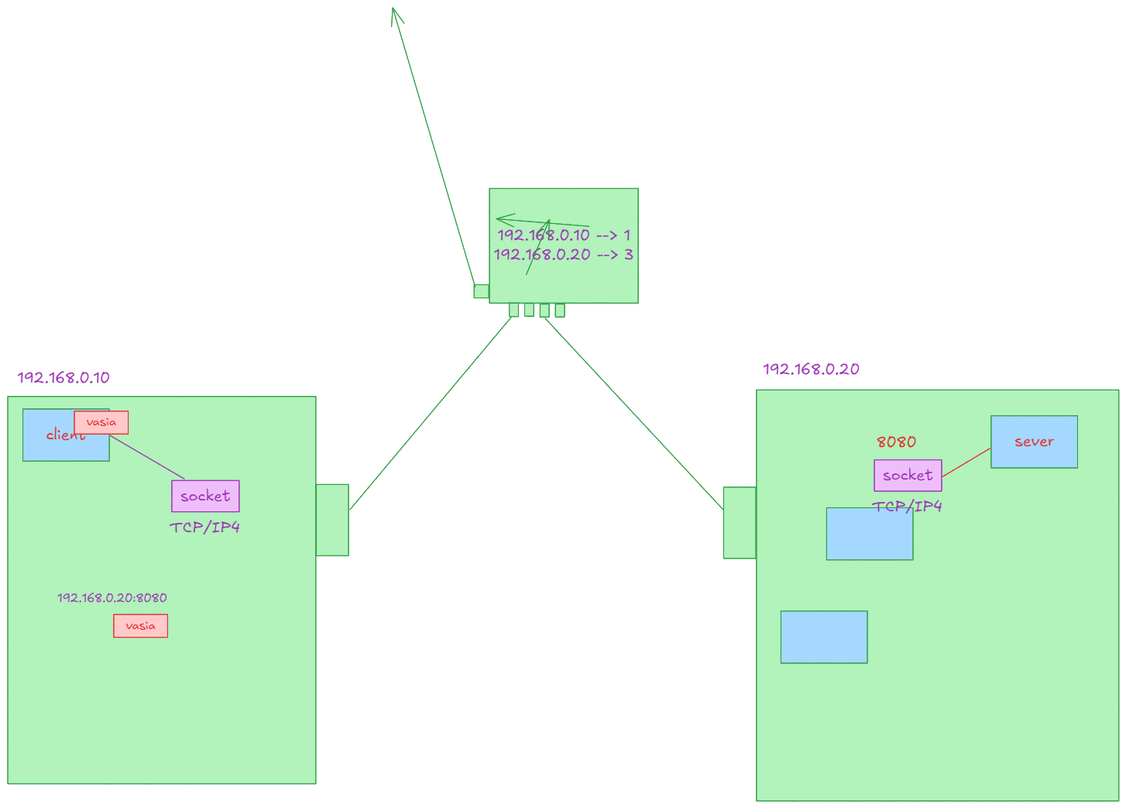
This is img/1_socket.excalidraw.png from silvercodes/p32_p34_np, a Excalidraw export, as it was before one commit. Source tidied: one line per element, renumbered; positions are measured from the earlier drawing's top-left corner, leaving out a move shared by most shapes.
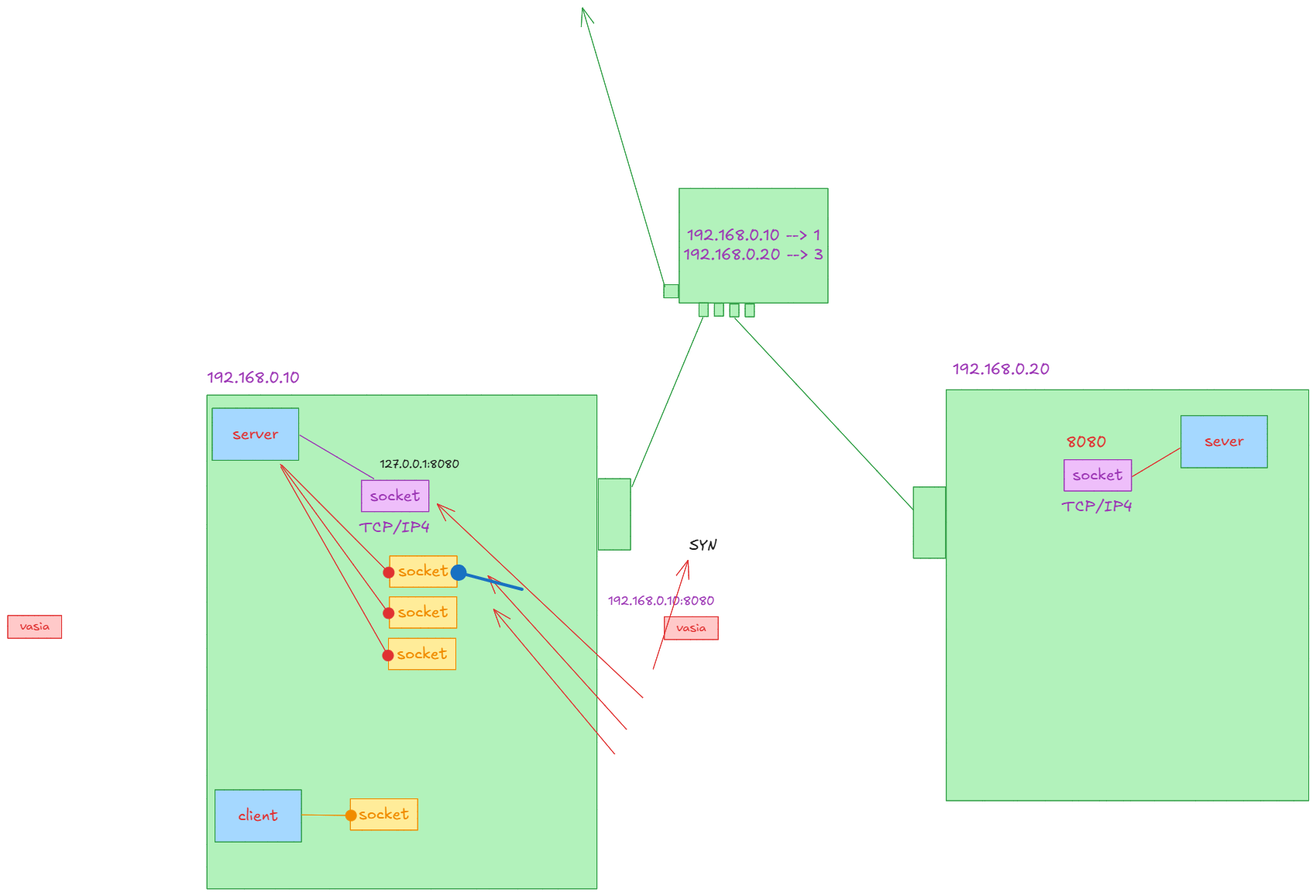
Later version of the same file.

Commit message:
add: tcp socket

Diff of the diagram source:
```diff
@@ -1,8 +1,8 @@
-{"id": 0, "type": "rectangle", "strokeColor": "#2f9e44", "backgroundColor": "#b2f2bb", "fillStyle": "solid", "strokeWidth": 1, "roughness": 0, "x": 0, "y": 502, "width": 398, "height": 500}
+{"id": 0, "type": "rectangle", "strokeColor": "#2f9e44", "backgroundColor": "#b2f2bb", "fillStyle": "solid", "strokeWidth": 1, "roughness": 0, "x": 12, "y": 500, "width": 503, "height": 638}
 {"id": 1, "type": "rectangle", "strokeColor": "#2f9e44", "backgroundColor": "#b2f2bb", "fillStyle": "solid", "strokeWidth": 1, "roughness": 0, "x": 967, "y": 493, "width": 468, "height": 531}
 {"id": 2, "type": "rectangle", "strokeColor": "#2f9e44", "backgroundColor": "#b2f2bb", "fillStyle": "solid", "strokeWidth": 1, "roughness": 0, "x": 622, "y": 233, "width": 192, "height": 148}
 {"id": 3, "type": "text", "text": "192.168.0.10 --> 1\n192.168.0.20 --> 3", "strokeColor": "#9c36b5", "backgroundColor": "#eebefa", "fillStyle": "solid", "strokeWidth": 1, "roughness": 0, "fontSize": 20, "fontFamily": 5, "textAlign": "center", "verticalAlign": "middle", "inside": 2, "x": 628, "y": 282, "width": 181, "height": 50}
-{"id": 4, "type": "rectangle", "strokeColor": "#2f9e44", "backgroundColor": "#b2f2bb", "fillStyle": "solid", "strokeWidth": 1, "roughness": 0, "x": 398, "y": 615, "width": 42, "height": 92}
+{"id": 4, "type": "rectangle", "strokeColor": "#2f9e44", "backgroundColor": "#b2f2bb", "fillStyle": "solid", "strokeWidth": 1, "roughness": 0, "x": 518, "y": 608, "width": 42, "height": 92}
 {"id": 5, "type": "rectangle", "strokeColor": "#2f9e44", "backgroundColor": "#b2f2bb", "fillStyle": "solid", "strokeWidth": 1, "roughness": 0, "x": 924, "y": 619, "width": 42, "height": 92}
 {"id": 6, "type": "rectangle", "strokeColor": "#2f9e44", "backgroundColor": "#b2f2bb", "fillStyle": "solid", "strokeWidth": 1, "roughness": 0, "x": 648, "y": 381, "width": 12, "height": 17}
 {"id": 7, "type": "rectangle", "strokeColor": "#2f9e44", "backgroundColor": "#b2f2bb", "fillStyle": "solid", "strokeWidth": 1, "roughness": 0, "x": 667, "y": 382, "width": 12, "height": 17}
@@ -10,25 +10,40 @@
 {"id": 9, "type": "rectangle", "strokeColor": "#2f9e44", "backgroundColor": "#b2f2bb", "fillStyle": "solid", "strokeWidth": 1, "roughness": 0, "x": 707, "y": 383, "width": 12, "height": 17}
 {"id": 10, "type": "rectangle", "strokeColor": "#2f9e44", "backgroundColor": "#b2f2bb", "fillStyle": "solid", "strokeWidth": 1, "roughness": 0, "x": 602, "y": 358, "width": 19, "height": 17}
 {"id": 11, "type": "arrow", "strokeColor": "#2f9e44", "backgroundColor": "#b2f2bb", "fillStyle": "solid", "strokeWidth": 1, "roughness": 0, "endArrowhead": "arrow", "round": true, "from": 10, "x": 604, "y": 361, "width": 107, "height": 361, "points": [[0, 0], [-107, -361]]}
-{"id": 12, "type": "arrow", "strokeColor": "#2f9e44", "backgroundColor": "#b2f2bb", "fillStyle": "solid", "strokeWidth": 1, "roughness": 0, "round": true, "from": 4, "to": 6, "x": 442, "y": 648, "width": 209, "height": 250, "points": [[0, 0], [209, -250]]}
+{"id": 12, "type": "arrow", "strokeColor": "#2f9e44", "backgroundColor": "#b2f2bb", "fillStyle": "solid", "strokeWidth": 1, "roughness": 0, "round": true, "from": 4, "to": 6, "x": 561, "y": 618, "width": 92, "height": 219, "points": [[0, 0], [92, -219]]}
 {"id": 13, "type": "arrow", "strokeColor": "#2f9e44", "backgroundColor": "#b2f2bb", "fillStyle": "solid", "strokeWidth": 1, "roughness": 0, "round": true, "from": 5, "to": 9, "x": 924, "y": 648, "width": 230, "height": 247, "points": [[0, 0], [-230, -247]]}
-{"id": 14, "type": "rectangle", "strokeColor": "#2f9e44", "backgroundColor": "#a5d8ff", "fillStyle": "solid", "strokeWidth": 1, "roughness": 0, "x": 20, "y": 518, "width": 112, "height": 67}
-{"id": 15, "type": "text", "text": "client", "strokeColor": "#e03131", "backgroundColor": "#ffc9c9", "fillStyle": "solid", "strokeWidth": 1, "roughness": 0, "fontSize": 20, "fontFamily": 5, "textAlign": "center", "verticalAlign": "middle", "inside": 14, "x": 49, "y": 539, "width": 52, "height": 25}
+{"id": 34, "type": "rectangle", "strokeColor": "#2f9e44", "backgroundColor": "#a5d8ff", "fillStyle": "solid", "strokeWidth": 1, "roughness": 0, "x": 19, "y": 517, "width": 112, "height": 67}
+{"id": 35, "type": "text", "text": "server", "strokeColor": "#e03131", "backgroundColor": "#ffc9c9", "fillStyle": "solid", "strokeWidth": 1, "roughness": 0, "fontSize": 20, "fontFamily": 5, "textAlign": "center", "verticalAlign": "middle", "inside": 34, "x": 45, "y": 538, "width": 59, "height": 25}
 {"id": 16, "type": "rectangle", "strokeColor": "#2f9e44", "backgroundColor": "#a5d8ff", "fillStyle": "solid", "strokeWidth": 1, "roughness": 0, "x": 1270, "y": 527, "width": 112, "height": 67}
 {"id": 17, "type": "text", "text": "sever", "strokeColor": "#e03131", "backgroundColor": "#ffc9c9", "fillStyle": "solid", "strokeWidth": 1, "roughness": 0, "fontSize": 20, "fontFamily": 5, "textAlign": "center", "verticalAlign": "middle", "inside": 16, "x": 1300, "y": 548, "width": 51, "height": 25}
-{"id": 18, "type": "rectangle", "strokeColor": "#9c36b5", "backgroundColor": "#eebefa", "fillStyle": "solid", "strokeWidth": 1, "roughness": 0, "x": 212, "y": 610, "width": 87, "height": 40}
-{"id": 19, "type": "text", "text": "socket", "strokeColor": "#9c36b5", "backgroundColor": "#eebefa", "fillStyle": "solid", "strokeWidth": 1, "roughness": 0, "fontSize": 20, "fontFamily": 5, "textAlign": "center", "verticalAlign": "middle", "inside": 18, "x": 223, "y": 618, "width": 65, "height": 25}
+{"id": 36, "type": "rectangle", "strokeColor": "#9c36b5", "backgroundColor": "#eebefa", "fillStyle": "solid", "strokeWidth": 1, "roughness": 0, "x": 212, "y": 610, "width": 87, "height": 40}
+{"id": 37, "type": "text", "text": "socket", "strokeColor": "#9c36b5", "backgroundColor": "#eebefa", "fillStyle": "solid", "strokeWidth": 1, "roughness": 0, "fontSize": 20, "fontFamily": 5, "textAlign": "center", "verticalAlign": "middle", "inside": 36, "x": 223, "y": 618, "width": 65, "height": 25}
-{"id": 20, "type": "arrow", "strokeColor": "#9c36b5", "backgroundColor": "#eebefa", "fillStyle": "solid", "strokeWidth": 1, "roughness": 0, "round": true, "from": 14, "to": 18, "x": 132, "y": 552, "width": 96, "height": 56, "points": [[0, 0], [96, 56]]}
+{"id": 20, "type": "arrow", "strokeColor": "#9c36b5", "backgroundColor": "#eebefa", "fillStyle": "solid", "strokeWidth": 1, "roughness": 0, "round": true, "from": 34, "to": 36, "x": 132, "y": 552, "width": 96, "height": 56, "points": [[0, 0], [96, 56]]}
 {"id": 21, "type": "text", "text": "TCP/IP4", "strokeColor": "#9c36b5", "backgroundColor": "#eebefa", "fillStyle": "solid", "strokeWidth": 1, "roughness": 0, "fontSize": 20, "fontFamily": 5, "x": 209, "y": 659, "width": 91, "height": 25}
 {"id": 22, "type": "text", "text": "192.168.0.10", "strokeColor": "#9c36b5", "backgroundColor": "#eebefa", "fillStyle": "solid", "strokeWidth": 1, "roughness": 0, "fontSize": 20, "fontFamily": 5, "x": 12, "y": 466, "width": 120, "height": 25}
 {"id": 23, "type": "text", "text": "192.168.0.20", "strokeColor": "#9c36b5", "backgroundColor": "#eebefa", "fillStyle": "solid", "strokeWidth": 1, "roughness": 0, "fontSize": 20, "fontFamily": 5, "x": 975, "y": 456, "width": 125, "height": 25}
-{"id": 24, "type": "rectangle", "strokeColor": "#e03131", "backgroundColor": "#ffc9c9", "fillStyle": "solid", "strokeWidth": 1, "roughness": 0, "x": 137, "y": 783, "width": 70, "height": 29}
+{"id": 24, "type": "rectangle", "strokeColor": "#e03131", "backgroundColor": "#ffc9c9", "fillStyle": "solid", "strokeWidth": 1, "roughness": 0, "x": 603, "y": 786, "width": 70, "height": 29}
-{"id": 25, "type": "text", "text": "vasia", "strokeColor": "#e03131", "backgroundColor": "#ffc9c9", "fillStyle": "solid", "strokeWidth": 1, "roughness": 0, "fontSize": 15.51, "fontFamily": 5, "textAlign": "center", "verticalAlign": "middle", "inside": 24, "x": 153, "y": 788, "width": 38, "height": 19}
+{"id": 25, "type": "text", "text": "vasia", "strokeColor": "#e03131", "backgroundColor": "#ffc9c9", "fillStyle": "solid", "strokeWidth": 1, "roughness": 0, "fontSize": 15.51, "fontFamily": 5, "textAlign": "center", "verticalAlign": "middle", "inside": 24, "x": 619, "y": 791, "width": 38, "height": 19}
-{"id": 26, "type": "text", "text": "192.168.0.20:8080", "strokeColor": "#9c36b5", "backgroundColor": "#eebefa", "fillStyle": "solid", "strokeWidth": 1, "roughness": 0, "fontSize": 15.51, "fontFamily": 5, "x": 64, "y": 754, "width": 142, "height": 19}
+{"id": 26, "type": "text", "text": "192.168.0.10:8080", "strokeColor": "#9c36b5", "backgroundColor": "#eebefa", "fillStyle": "solid", "strokeWidth": 1, "roughness": 0, "fontSize": 15.51, "fontFamily": 5, "x": 530, "y": 757, "width": 137, "height": 19}
 {"id": 27, "type": "rectangle", "strokeColor": "#9c36b5", "backgroundColor": "#eebefa", "fillStyle": "solid", "strokeWidth": 1, "roughness": 0, "x": 1119, "y": 584, "width": 87, "height": 40}
 {"id": 28, "type": "text", "text": "socket", "strokeColor": "#9c36b5", "backgroundColor": "#eebefa", "fillStyle": "solid", "strokeWidth": 1, "roughness": 0, "fontSize": 20, "fontFamily": 5, "textAlign": "center", "verticalAlign": "middle", "inside": 27, "x": 1130, "y": 591, "width": 65, "height": 25}
 {"id": 29, "type": "text", "text": "TCP/IP4", "strokeColor": "#9c36b5", "backgroundColor": "#eebefa", "fillStyle": "solid", "strokeWidth": 1, "roughness": 0, "fontSize": 20, "fontFamily": 5, "x": 1116, "y": 633, "width": 91, "height": 25}
 {"id": 30, "type": "arrow", "strokeColor": "#e03131", "backgroundColor": "#ffc9c9", "fillStyle": "solid", "strokeWidth": 1, "roughness": 0, "round": true, "from": 16, "to": 27, "x": 1269, "y": 569, "width": 62, "height": 37, "points": [[0, 0], [-62, 37]]}
 {"id": 31, "type": "text", "text": "8080", "strokeColor": "#e03131", "backgroundColor": "#ffc9c9", "fillStyle": "solid", "strokeWidth": 1, "roughness": 0, "fontSize": 20, "fontFamily": 5, "x": 1122, "y": 549, "width": 52, "height": 25}
-{"id": 32, "type": "rectangle", "strokeColor": "#e03131", "backgroundColor": "#ffc9c9", "fillStyle": "solid", "strokeWidth": 1, "roughness": 0, "x": 86, "y": 521, "width": 70, "height": 29}
+{"id": 32, "type": "rectangle", "strokeColor": "#e03131", "backgroundColor": "#ffc9c9", "fillStyle": "solid", "strokeWidth": 1, "roughness": 0, "x": -245, "y": 785, "width": 70, "height": 29}
-{"id": 33, "type": "text", "text": "vasia", "strokeColor": "#e03131", "backgroundColor": "#ffc9c9", "fillStyle": "solid", "strokeWidth": 1, "roughness": 0, "fontSize": 15.51, "fontFamily": 5, "textAlign": "center", "verticalAlign": "middle", "inside": 32, "x": 102, "y": 526, "width": 38, "height": 19}
+{"id": 33, "type": "text", "text": "vasia", "strokeColor": "#e03131", "backgroundColor": "#ffc9c9", "fillStyle": "solid", "strokeWidth": 1, "roughness": 0, "fontSize": 15.51, "fontFamily": 5, "textAlign": "center", "verticalAlign": "middle", "inside": 32, "x": -229, "y": 790, "width": 38, "height": 19}
+{"id": 38, "type": "text", "text": "127.0.0.1:8080", "strokeColor": "#1e1e1e", "strokeWidth": 2, "roughness": 1, "fontSize": 14.61, "fontFamily": 5, "x": 235, "y": 581, "width": 103, "height": 18}
+{"id": 39, "type": "rectangle", "strokeColor": "#f08c00", "backgroundColor": "#ffec99", "fillStyle": "solid", "strokeWidth": 1, "roughness": 0, "x": 248, "y": 708, "width": 87, "height": 40}
+{"id": 40, "type": "text", "text": "socket", "strokeColor": "#f08c00", "backgroundColor": "#eebefa", "fillStyle": "solid", "strokeWidth": 1, "roughness": 0, "fontSize": 20, "fontFamily": 5, "textAlign": "center", "verticalAlign": "middle", "inside": 39, "x": 259, "y": 716, "width": 65, "height": 25}
+{"id": 41, "type": "rectangle", "strokeColor": "#f08c00", "backgroundColor": "#ffec99", "fillStyle": "solid", "strokeWidth": 1, "roughness": 0, "x": 248, "y": 761, "width": 87, "height": 40}
+{"id": 42, "type": "text", "text": "socket", "strokeColor": "#f08c00", "backgroundColor": "#eebefa", "fillStyle": "solid", "strokeWidth": 1, "roughness": 0, "fontSize": 20, "fontFamily": 5, "textAlign": "center", "verticalAlign": "middle", "inside": 41, "x": 259, "y": 768, "width": 65, "height": 25}
+{"id": 43, "type": "rectangle", "strokeColor": "#f08c00", "backgroundColor": "#ffec99", "fillStyle": "solid", "strokeWidth": 1, "roughness": 0, "x": 247, "y": 814, "width": 87, "height": 40}
+{"id": 44, "type": "text", "text": "socket", "strokeColor": "#f08c00", "backgroundColor": "#eebefa", "fillStyle": "solid", "strokeWidth": 1, "roughness": 0, "fontSize": 20, "fontFamily": 5, "textAlign": "center", "verticalAlign": "middle", "inside": 43, "x": 257, "y": 822, "width": 65, "height": 25}
+{"id": 45, "type": "arrow", "strokeColor": "#e03131", "strokeWidth": 1, "roughness": 0, "endArrowhead": "circle", "from": 34, "to": 39, "x": 109, "y": 590, "width": 138, "height": 139, "points": [[0, 0], [138, 139]]}
+{"id": 46, "type": "arrow", "strokeColor": "#e03131", "strokeWidth": 1, "roughness": 0, "endArrowhead": "circle", "from": 34, "to": 41, "x": 107, "y": 589, "width": 140, "height": 192, "points": [[0, 0], [140, 192]]}
+{"id": 47, "type": "arrow", "strokeColor": "#e03131", "strokeWidth": 1, "roughness": 0, "endArrowhead": "circle", "from": 34, "to": 43, "x": 108, "y": 593, "width": 139, "height": 244, "points": [[0, 0], [139, 244]]}
+{"id": 14, "type": "rectangle", "strokeColor": "#2f9e44", "backgroundColor": "#a5d8ff", "fillStyle": "solid", "strokeWidth": 1, "roughness": 0, "x": 23, "y": 1010, "width": 112, "height": 67}
+{"id": 15, "type": "text", "text": "client", "strokeColor": "#e03131", "backgroundColor": "#ffc9c9", "fillStyle": "solid", "strokeWidth": 1, "roughness": 0, "fontSize": 20, "fontFamily": 5, "textAlign": "center", "verticalAlign": "middle", "inside": 14, "x": 53, "y": 1031, "width": 52, "height": 25}
+{"id": 18, "type": "rectangle", "strokeColor": "#f08c00", "backgroundColor": "#ffec99", "fillStyle": "solid", "strokeWidth": 1, "roughness": 0, "x": 198, "y": 1021, "width": 87, "height": 40}
+{"id": 19, "type": "text", "text": "socket", "strokeColor": "#f08c00", "backgroundColor": "#eebefa", "fillStyle": "solid", "strokeWidth": 1, "roughness": 0, "fontSize": 20, "fontFamily": 5, "textAlign": "center", "verticalAlign": "middle", "inside": 18, "x": 208, "y": 1029, "width": 65, "height": 25}
+{"id": 48, "type": "arrow", "strokeColor": "#f08c00", "backgroundColor": "#ffec99", "fillStyle": "solid", "strokeWidth": 1, "roughness": 0, "endArrowhead": "circle", "from": 14, "to": 18, "x": 135, "y": 1042, "width": 64, "height": 1, "points": [[0, 0], [64, 1]]}
```
